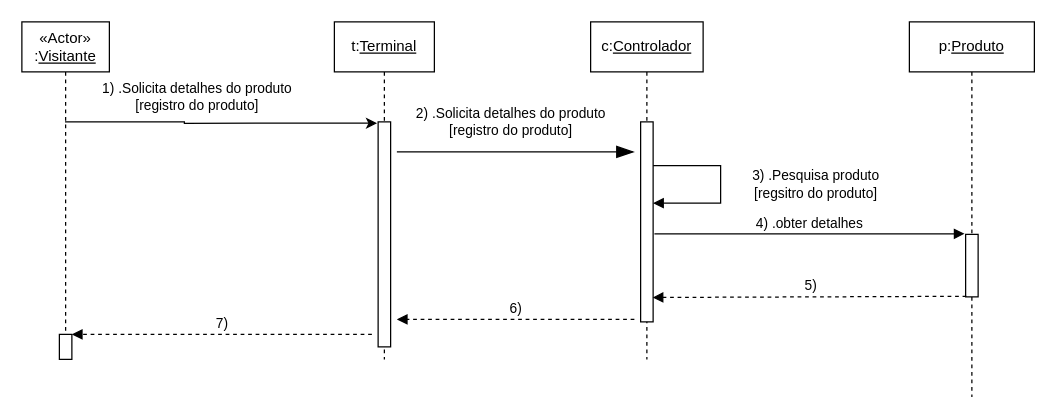
JorgeEduardoFOS/ecommercepet keeps this draw.io diagram as detalhes.drawio. Above is the earlier version. Source tidied: cells renumbered, new cells numbered last; positions are measured from the earlier drawing's top-left corner, leaving out a move shared by most shapes. Both pictures are drawn from the tidied source at 125%, with x=0, y=0 at pixel (21, 21).
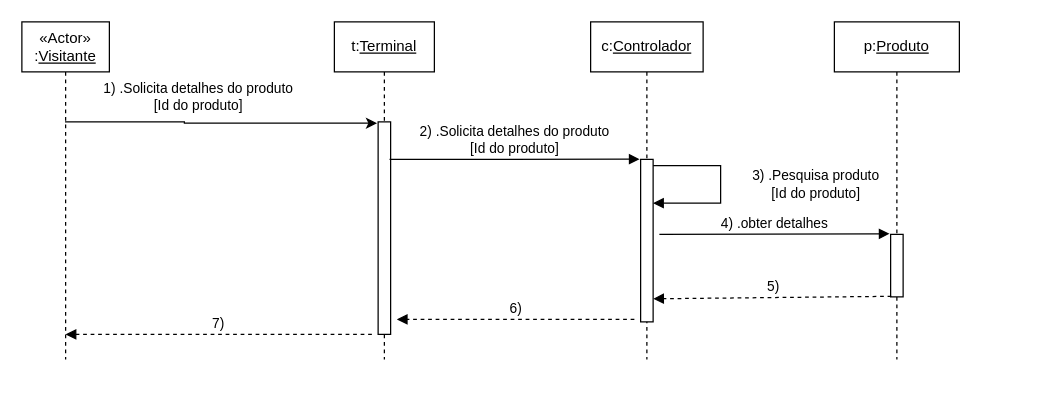
Above is the later version.

The change refers to these unchanged cells:
```xml
<mxCell id="3" value="&lt;div&gt;«Actor»&lt;/div&gt;&lt;div&gt;:&lt;u&gt;Visitante&lt;/u&gt;&lt;/div&gt;" style="shape=umlLifeline;perimeter=lifelinePerimeter;whiteSpace=wrap;html=1;outlineConnect=0;" parent="1" vertex="1">
  <mxGeometry width="70" height="270" as="geometry" />
</mxCell>
<mxCell id="5" value="t:&lt;u&gt;Terminal&lt;/u&gt;" style="shape=umlLifeline;perimeter=lifelinePerimeter;whiteSpace=wrap;html=1;" parent="1" vertex="1">
  <mxGeometry x="250" width="80" height="270" as="geometry" />
</mxCell>
<mxCell id="7" value="&lt;div&gt;c:&lt;u&gt;Controlador&lt;/u&gt;&lt;/div&gt;" style="shape=umlLifeline;perimeter=lifelinePerimeter;whiteSpace=wrap;html=1;" parent="1" vertex="1">
  <mxGeometry x="455" width="90" height="270" as="geometry" />
</mxCell>
<mxCell id="12" style="html=1;points=[];perimeter=orthogonalPerimeter;" parent="11" vertex="1">
  <mxGeometry x="45" y="170" width="10" height="50" as="geometry" />
</mxCell>
```

What changed in the source:
```diff
@@
-    <mxCell id="2" value="&lt;div&gt;1) .Solicita detalhes do produto&lt;/div&gt;&lt;div&gt;[registro do produto]&lt;br&gt;&lt;/div&gt;" style="edgeStyle=orthogonalEdgeStyle;rounded=0;jettySize=auto;html=1;entryX=-0.08;entryY=0.006;entryDx=0;entryDy=0;entryPerimeter=0;" parent="1" edge="1" source="3" target="6">
+    <mxCell id="2" value="&lt;div&gt;1) .Solicita detalhes do produto&lt;/div&gt;&lt;div&gt;[Id do produto]&lt;br&gt;&lt;/div&gt;" style="edgeStyle=orthogonalEdgeStyle;rounded=0;jettySize=auto;html=1;entryX=-0.08;entryY=0.006;entryDx=0;entryDy=0;entryPerimeter=0;" parent="1" edge="1" source="3" target="6">
       <mxGeometry x="-0.15" y="21" relative="1" as="geometry">
         <Array as="points">
           <mxPoint x="130" y="80" />
         </Array>
       </mxGeometry>
     </mxCell>
@@
-    <mxCell id="4" style="html=1;perimeter=orthogonalPerimeter;" parent="3" vertex="1">
-      <mxGeometry x="30" y="250" width="10" height="20" as="geometry" />
-    </mxCell>
@@
     <mxCell id="6" style="html=1;points=[];perimeter=orthogonalPerimeter;" parent="5" vertex="1">
-      <mxGeometry x="35" y="80" width="10" height="180" as="geometry" />
+      <mxGeometry x="35" y="80" width="10" height="170" as="geometry" />
     </mxCell>
@@
     <mxCell id="8" style="html=1;points=[];perimeter=orthogonalPerimeter;" parent="7" vertex="1">
-      <mxGeometry x="40" y="80" width="10" height="160" as="geometry" />
+      <mxGeometry x="40" y="110" width="10" height="130" as="geometry" />
     </mxCell>
-    <mxCell id="9" value="&lt;div&gt;2) .Solicita detalhes do produto&lt;/div&gt;&lt;div&gt;[registro do produto]&lt;/div&gt;" style="endArrow=blockThin;endFill=1;endSize=12;html=1;rounded=0;" parent="1" edge="1">
-      <mxGeometry x="-0.04" y="24" relative="1" as="geometry">
-        <mxPoint x="300" y="104" as="sourcePoint" />
-        <mxPoint x="490" y="104" as="targetPoint" />
-      </mxGeometry>
-    </mxCell>
-    <mxCell id="10" value="&lt;div&gt;3) .Pesquisa produto&lt;/div&gt;&lt;div&gt;[regsitro do produto]&lt;br&gt;&lt;/div&gt;" style="edgeStyle=orthogonalEdgeStyle;rounded=0;orthogonalLoop=1;jettySize=auto;html=1;endArrow=block;endFill=1;" parent="1" edge="1">
+    <mxCell id="10" value="&lt;div&gt;3) .Pesquisa produto&lt;/div&gt;&lt;div&gt;[Id do produto]&lt;br&gt;&lt;/div&gt;" style="edgeStyle=orthogonalEdgeStyle;rounded=0;orthogonalLoop=1;jettySize=auto;html=1;endArrow=block;endFill=1;" parent="1" edge="1">
       <mxGeometry y="76" relative="1" as="geometry">
         <mxPoint x="505" y="115" as="sourcePoint" />
         <mxPoint x="505" y="145" as="targetPoint" />
         <Array as="points">
           <mxPoint x="505" y="115" />
           <mxPoint x="559" y="115" />
           <mxPoint x="559" y="145" />
         </Array>
       </mxGeometry>
     </mxCell>
     <mxCell id="11" value="p:&lt;u&gt;Produto&lt;/u&gt;" style="shape=umlLifeline;perimeter=lifelinePerimeter;whiteSpace=wrap;html=1;" parent="1" vertex="1">
-      <mxGeometry x="710" width="100" height="300" as="geometry" />
+      <mxGeometry x="650" width="100" height="270" as="geometry" />
     </mxCell>
@@
-    <mxCell id="13" value="4) .obter detalhes" style="html=1;verticalAlign=bottom;endArrow=block;rounded=0;entryX=-0.086;entryY=-0.009;entryDx=0;entryDy=0;entryPerimeter=0;exitX=1.105;exitY=0.56;exitDx=0;exitDy=0;exitPerimeter=0;" parent="1" edge="1" source="8" target="12">
-      <mxGeometry relative="1" as="geometry" />
+    <mxCell id="13" value="4) .obter detalhes" style="html=1;verticalAlign=bottom;endArrow=block;rounded=0;entryX=-0.086;entryY=-0.009;entryDx=0;entryDy=0;entryPerimeter=0;" parent="1" edge="1" target="12">
+      <mxGeometry relative="1" as="geometry">
+        <mxPoint x="510" y="170" as="sourcePoint" />
+      </mxGeometry>
     </mxCell>
-    <mxCell id="14" value="5)" style="html=1;verticalAlign=bottom;endArrow=block;rounded=0;dashed=1;exitX=0.057;exitY=0.991;exitDx=0;exitDy=0;exitPerimeter=0;entryX=0.962;entryY=0.878;entryDx=0;entryDy=0;entryPerimeter=0;" parent="1" edge="1" source="12" target="8">
+    <mxCell id="14" value="5)" style="html=1;verticalAlign=bottom;endArrow=block;rounded=0;dashed=1;exitX=0.057;exitY=0.991;exitDx=0;exitDy=0;exitPerimeter=0;entryX=1.01;entryY=0.858;entryDx=0;entryDy=0;entryPerimeter=0;" parent="1" edge="1" source="12" target="8">
       <mxGeometry relative="1" as="geometry" />
     </mxCell>
@@
     <mxCell id="16" value="7)" style="html=1;verticalAlign=bottom;endArrow=block;rounded=0;dashed=1;" parent="1" edge="1">
       <mxGeometry relative="1" as="geometry">
         <mxPoint x="280" y="250" as="sourcePoint" />
-        <mxPoint x="40" y="250" as="targetPoint" />
+        <mxPoint x="35" y="250" as="targetPoint" />
       </mxGeometry>
     </mxCell>
+    <mxCell id="17" value="&lt;div&gt;2) .Solicita detalhes do produto&lt;/div&gt;&lt;div&gt;[Id do produto]&lt;/div&gt;" style="html=1;verticalAlign=bottom;endArrow=block;rounded=0;exitX=0.914;exitY=0.177;exitDx=0;exitDy=0;exitPerimeter=0;entryX=-0.081;entryY=-0.001;entryDx=0;entryDy=0;entryPerimeter=0;" parent="1" edge="1" source="6" target="8">
+      <mxGeometry relative="1" as="geometry" />
+    </mxCell>
```
